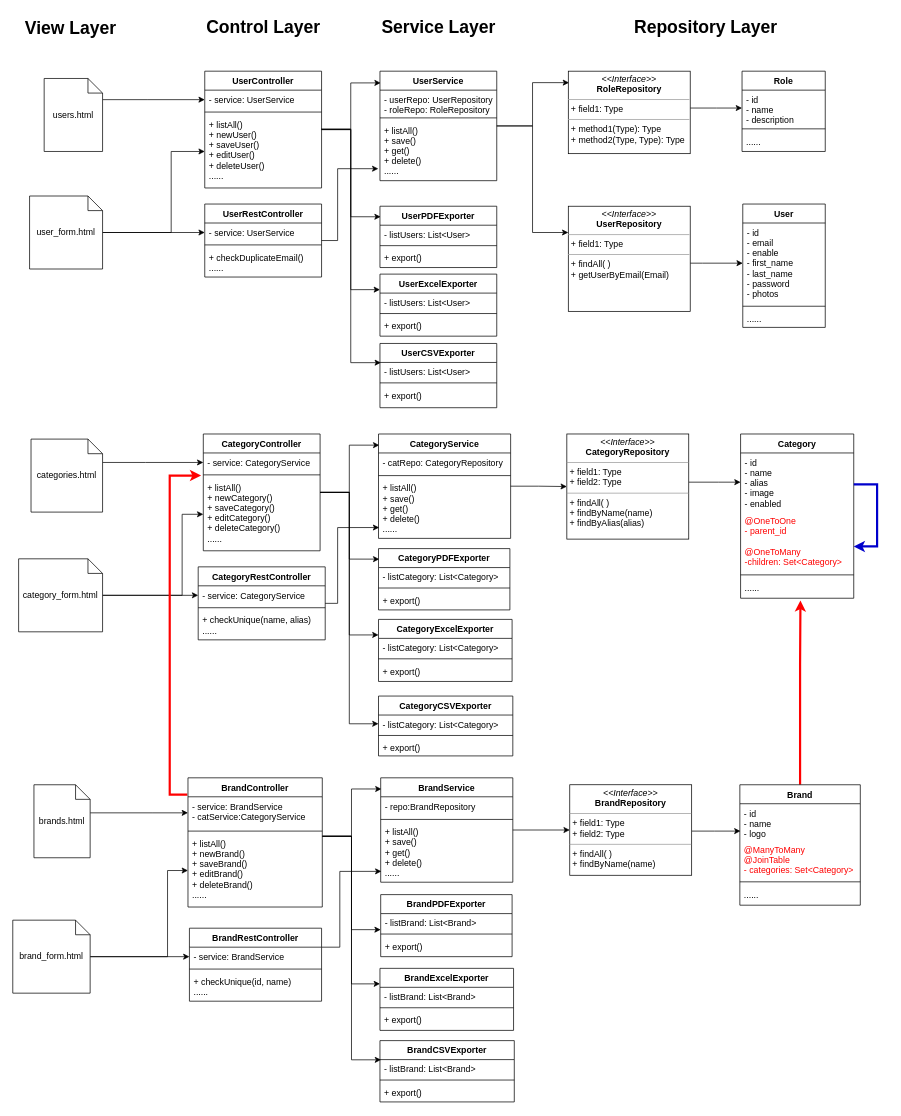
The draw.io diagram page "Admin-User Module" (2 of 2) of 03-Solution Design/02-Use Case, Classes, Database/Class Diagram.drawio in Chufeng-Jiang/Java_SpringBoot_DubaiShop_E-Commerce, before the edit. Source tidied: cells renumbered, new cells numbered last; positions are measured from the earlier drawing's top-left corner, leaving out a move shared by most shapes. Both pictures are drawn from the tidied source at 73%, with x=0, y=0 at pixel (12, 12).
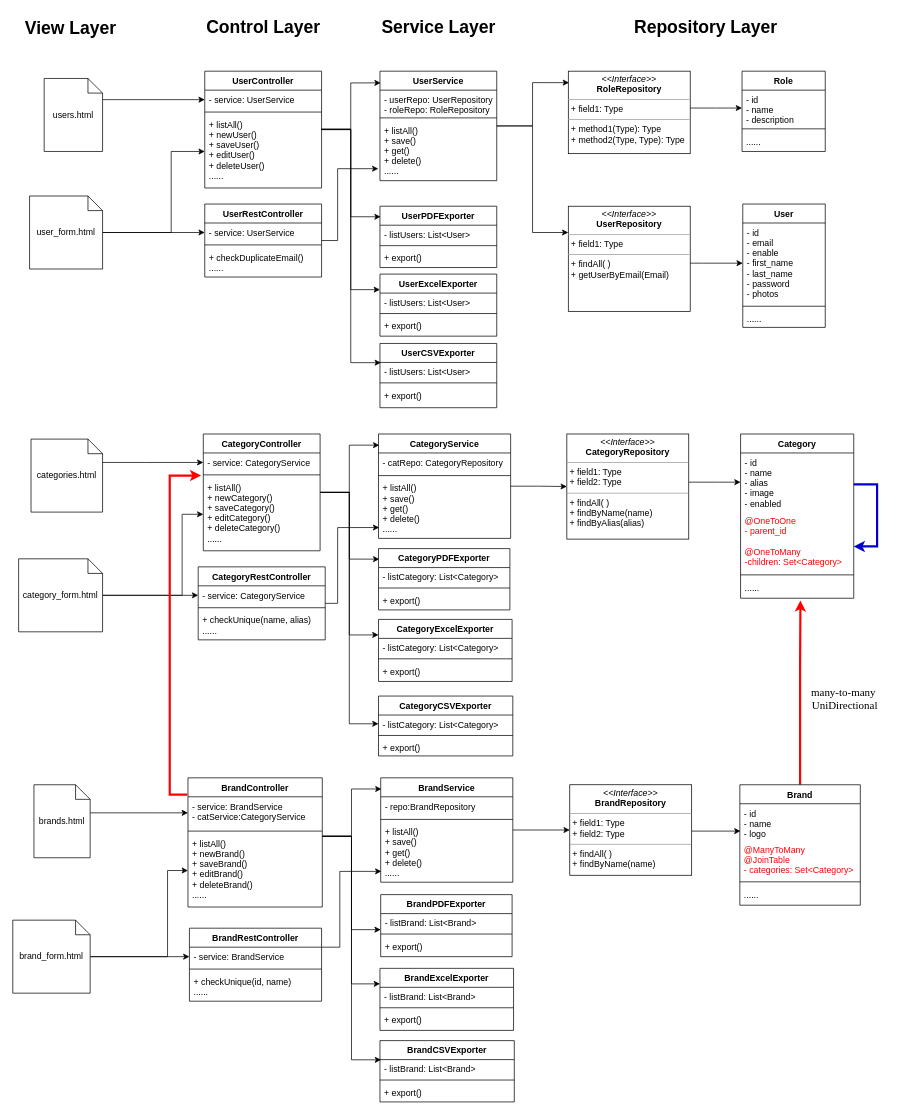
Above is the later version.

Commit message (it also covers changes not shown here):
Update Class Diagram-Brand Module

The edit, as a diff of the source:
```diff
@@
+    <mxCell id="141" value="&lt;h2 style=&quot;font-size: 15px;&quot;&gt;&lt;font style=&quot;font-size: 15px;&quot; face=&quot;Times New Roman&quot;&gt;&lt;span style=&quot;font-weight: normal;&quot;&gt;many-to-many&amp;nbsp; UniDirectional&lt;/span&gt;&lt;/font&gt;&lt;/h2&gt;" style="text;html=1;strokeColor=none;fillColor=none;align=center;verticalAlign=middle;whiteSpace=wrap;rounded=0;fontSize=11;fontColor=#000000;fontStyle=1;" parent="1" vertex="1">
+      <mxGeometry x="1081" y="924" width="118" height="30" as="geometry" />
+    </mxCell>
```
